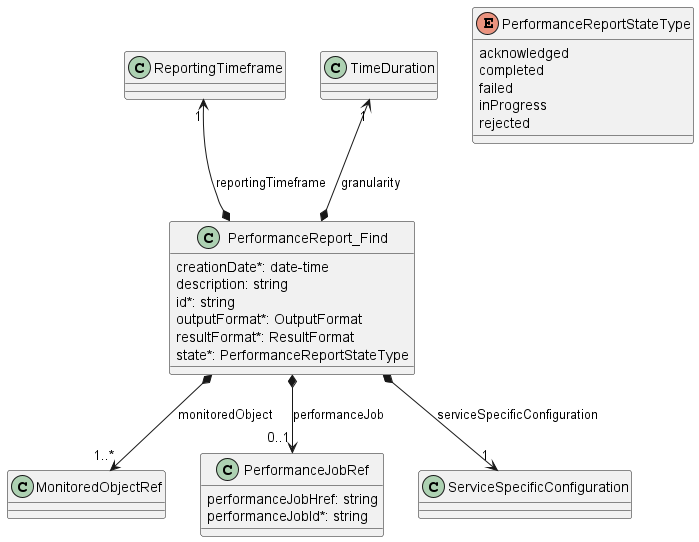
This is documentation/serviceApi/pm/performance/media/useCase19Model.png from MEF-GIT/MEF-LSO-Legato-SDK, a PlantUML export, as it was before one commit.
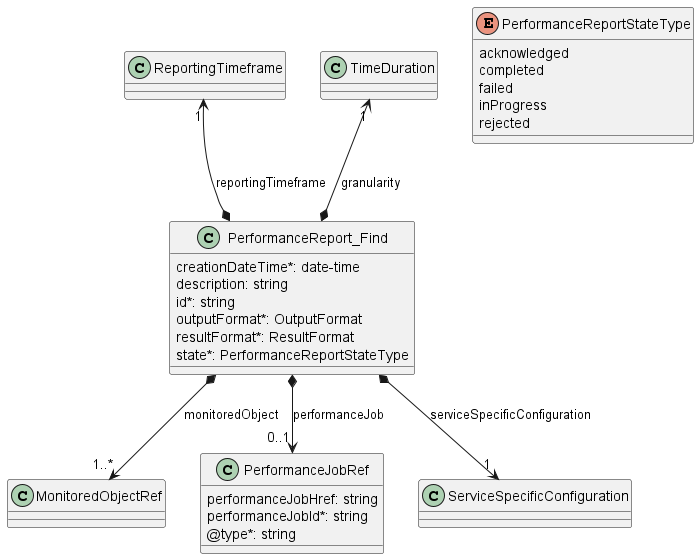
After the commit.

Change to the diagram source:
```diff
@@ -1,8 +1,7 @@
 @startuml useCase19Model
 
 class PerformanceReport_Find {
-
-    creationDate*: date-time
+    creationDateTime*: date-time
     description: string
     id*: string
     outputFormat*: OutputFormat
@@ -17,7 +16,6 @@
 PerformanceReport_Find *-->"1" ServiceSpecificConfiguration : serviceSpecificConfiguration
 
 enum PerformanceReportStateType {
-
     acknowledged
     completed
     failed
@@ -26,9 +24,9 @@
 }
 
 class PerformanceJobRef {
-
     performanceJobHref: string
     performanceJobId*: string
+    @type*: string
 }
 
 @enduml
```
